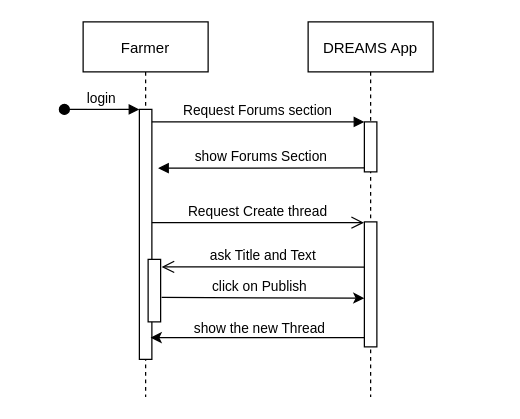
The draw.io diagram page "CreateThreadDiscussion" (1 of 3) of RasdDoc/Files/sequence_disgrams/FarmersSequenceDiagrams.drawio in gabrielemarra/DREAM-ProjectDesign, before the edit. Source tidied: cells renumbered, new cells numbered last; positions are measured from the earlier drawing's top-left corner, leaving out a move shared by most shapes. Both pictures are drawn from the tidied source at 125%, with x=0, y=0 at pixel (64, 21).
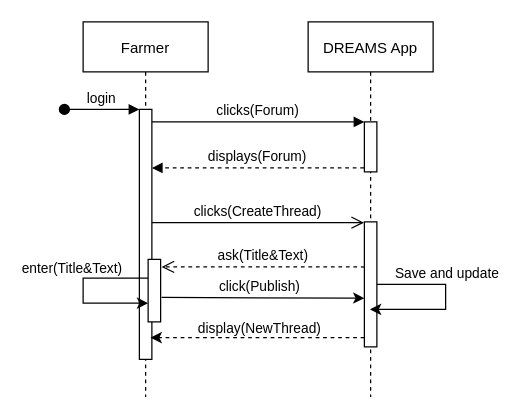
The same page after the edit.

Unchanged cells that the change refers to:
```xml
<mxCell id="2" value="Farmer" style="shape=umlLifeline;perimeter=lifelinePerimeter;rounded=0;shadow=0;strokeWidth=1;" parent="1" vertex="1">
  <mxGeometry x="15" width="100" height="300" as="geometry" />
</mxCell>
<mxCell id="3" style="points=[];perimeter=orthogonalPerimeter;rounded=0;shadow=0;strokeWidth=1;" parent="2" vertex="1">
  <mxGeometry x="45" y="70" width="10" height="200" as="geometry" />
</mxCell>
<mxCell id="5" style="points=[];perimeter=orthogonalPerimeter;rounded=0;shadow=0;strokeWidth=1;" parent="2" vertex="1">
  <mxGeometry x="52" y="190" width="10" height="50" as="geometry" />
</mxCell>
<mxCell id="6" value="DREAMS App" style="shape=umlLifeline;perimeter=lifelinePerimeter;rounded=0;shadow=0;strokeWidth=1;" parent="1" vertex="1">
  <mxGeometry x="195" width="100" height="300" as="geometry" />
</mxCell>
<mxCell id="7" style="points=[];perimeter=orthogonalPerimeter;rounded=0;shadow=0;strokeWidth=1;" parent="6" vertex="1">
  <mxGeometry x="45" y="80" width="10" height="40" as="geometry" />
</mxCell>
<mxCell id="8" style="points=[];perimeter=orthogonalPerimeter;rounded=0;shadow=0;strokeWidth=1;" parent="6" vertex="1">
  <mxGeometry x="45" y="160" width="10" height="100" as="geometry" />
</mxCell>
<mxCell id="13" style="rounded=0;jettySize=auto;html=1;exitX=1.078;exitY=0.609;exitDx=0;exitDy=0;exitPerimeter=0;" parent="1" edge="1" source="5">
  <mxGeometry relative="1" as="geometry">
    <mxPoint x="240" y="221" as="targetPoint" />
  </mxGeometry>
</mxCell>
```

Diff of the diagram source:
```diff
@@
+    <mxCell id="17" style="edgeStyle=orthogonalEdgeStyle;rounded=0;orthogonalLoop=1;jettySize=auto;html=1;" parent="2" edge="1" source="5" target="5">
+      <mxGeometry relative="1" as="geometry">
+        <Array as="points">
+          <mxPoint y="205" />
+          <mxPoint y="225" />
+        </Array>
+      </mxGeometry>
+    </mxCell>
+    <mxCell id="18" value="enter(Title&amp;amp;Text)" style="edgeLabel;html=1;align=center;verticalAlign=middle;" parent="17" vertex="1">
+      <mxGeometry x="-0.3" y="-1" relative="1" as="geometry">
+        <mxPoint x="-19" y="-8" as="offset" />
+      </mxGeometry>
+    </mxCell>
@@
+    <mxCell id="19" style="edgeStyle=orthogonalEdgeStyle;rounded=0;jettySize=auto;html=1;" parent="6" edge="1" source="8" target="6">
+      <mxGeometry relative="1" as="geometry">
+        <Array as="points">
+          <mxPoint x="110" y="210" />
+          <mxPoint x="110" y="230" />
+        </Array>
+      </mxGeometry>
+    </mxCell>
+    <mxCell id="20" value="&lt;div&gt;Save and update&lt;/div&gt;" style="edgeLabel;html=1;align=center;verticalAlign=middle;" parent="19" vertex="1">
+      <mxGeometry x="-0.22" y="1" relative="1" as="geometry">
+        <mxPoint x="2" y="-9" as="offset" />
+      </mxGeometry>
+    </mxCell>
-    <mxCell id="9" value="ask Title and Text" style="verticalAlign=bottom;endArrow=open;endSize=8;shadow=0;strokeWidth=1;entryX=1.078;entryY=0.121;entryDx=0;entryDy=0;entryPerimeter=0;exitX=0.022;exitY=0.361;exitDx=0;exitDy=0;exitPerimeter=0;" parent="1" edge="1" source="8" target="5">
+    <mxCell id="9" value="ask(Title&amp;Text)" style="verticalAlign=bottom;endArrow=open;endSize=8;shadow=0;strokeWidth=1;entryX=1.078;entryY=0.121;entryDx=0;entryDy=0;entryPerimeter=0;exitX=0.022;exitY=0.361;exitDx=0;exitDy=0;exitPerimeter=0;dashed=1;" parent="1" edge="1" source="8" target="5">
       <mxGeometry relative="1" as="geometry" />
     </mxCell>
-    <mxCell id="10" value="Request Forums section" style="verticalAlign=bottom;endArrow=block;entryX=0;entryY=0;shadow=0;strokeWidth=1;" parent="1" edge="1" source="3" target="7">
+    <mxCell id="10" value="clicks(Forum)" style="verticalAlign=bottom;endArrow=block;entryX=0;entryY=0;shadow=0;strokeWidth=1;" parent="1" edge="1" source="3" target="7">
       <mxGeometry relative="1" as="geometry" />
     </mxCell>
-    <mxCell id="11" value="show Forums Section" style="verticalAlign=bottom;endArrow=block;shadow=0;strokeWidth=1;exitX=-0.031;exitY=0.922;exitDx=0;exitDy=0;exitPerimeter=0;" parent="1" edge="1" source="7">
-      <mxGeometry relative="1" as="geometry">
-        <mxPoint x="75" y="117" as="targetPoint" />
-      </mxGeometry>
+    <mxCell id="11" value="displays(Forum)" style="verticalAlign=bottom;endArrow=block;shadow=0;strokeWidth=1;exitX=-0.031;exitY=0.922;exitDx=0;exitDy=0;exitPerimeter=0;dashed=1;" parent="1" edge="1" source="7" target="3">
+      <mxGeometry relative="1" as="geometry" />
     </mxCell>
-    <mxCell id="12" value="Request Create thread" style="verticalAlign=bottom;endArrow=open;endSize=8;shadow=0;strokeWidth=1;entryX=-0.029;entryY=0.006;entryDx=0;entryDy=0;entryPerimeter=0;" parent="1" edge="1" source="3" target="8">
+    <mxCell id="12" value="clicks(CreateThread)" style="verticalAlign=bottom;endArrow=open;endSize=8;shadow=0;strokeWidth=1;entryX=-0.029;entryY=0.006;entryDx=0;entryDy=0;entryPerimeter=0;" parent="1" edge="1" source="3" target="8">
       <mxGeometry relative="1" as="geometry" />
     </mxCell>
@@
-    <mxCell id="14" value="click on Publish" style="edgeLabel;html=1;align=center;verticalAlign=middle;" parent="13" vertex="1">
+    <mxCell id="14" value="click(Publish)" style="edgeLabel;html=1;align=center;verticalAlign=middle;" parent="13" vertex="1">
       <mxGeometry x="-0.21" relative="1" as="geometry">
         <mxPoint x="14" y="-9" as="offset" />
       </mxGeometry>
     </mxCell>
-    <mxCell id="15" style="edgeStyle=none;rounded=0;jettySize=auto;html=1;entryX=0.9;entryY=0.913;entryDx=0;entryDy=0;entryPerimeter=0;" parent="1" edge="1" source="8" target="3">
+    <mxCell id="15" style="edgeStyle=none;rounded=0;jettySize=auto;html=1;entryX=0.9;entryY=0.913;entryDx=0;entryDy=0;entryPerimeter=0;dashed=1;" parent="1" edge="1" source="8" target="3">
       <mxGeometry relative="1" as="geometry" />
     </mxCell>
-    <mxCell id="16" value="show the new Thread" style="edgeLabel;html=1;align=center;verticalAlign=middle;" parent="15" vertex="1">
+    <mxCell id="16" value="display(NewThread)" style="edgeLabel;html=1;align=center;verticalAlign=middle;" parent="15" vertex="1">
       <mxGeometry x="0.06" relative="1" as="geometry">
         <mxPoint x="6" y="-8" as="offset" />
       </mxGeometry>
     </mxCell>
```
